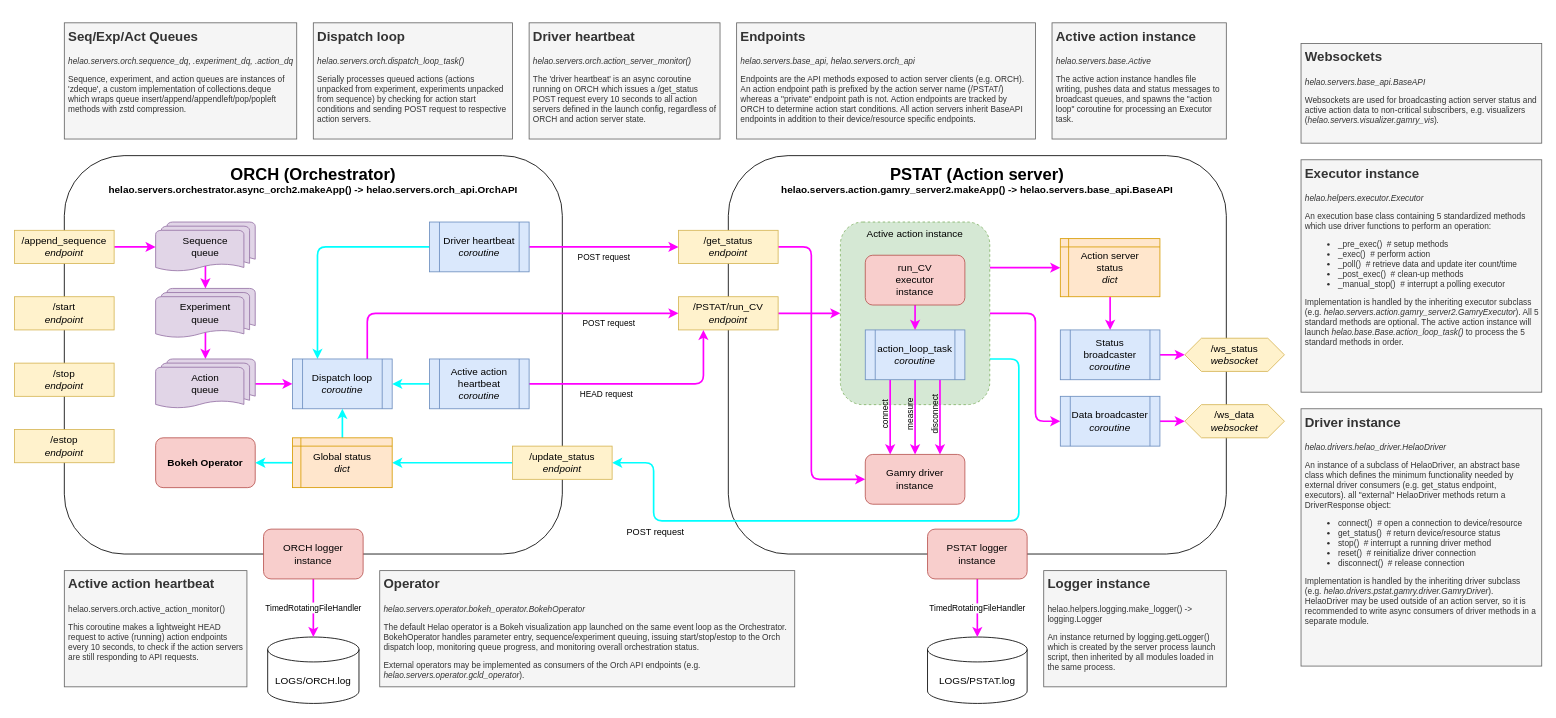
This is helao/drivers/helao_driver.drawio from High-Throughput-Experimentation/helao-async, a draw.io file, before an edit. Source tidied: cells renumbered, new cells numbered last; positions are measured from the earlier drawing's top-left corner, leaving out a move shared by most shapes. Both pictures are drawn from the tidied source at 83%, with x=0, y=0 at pixel (14, 22).
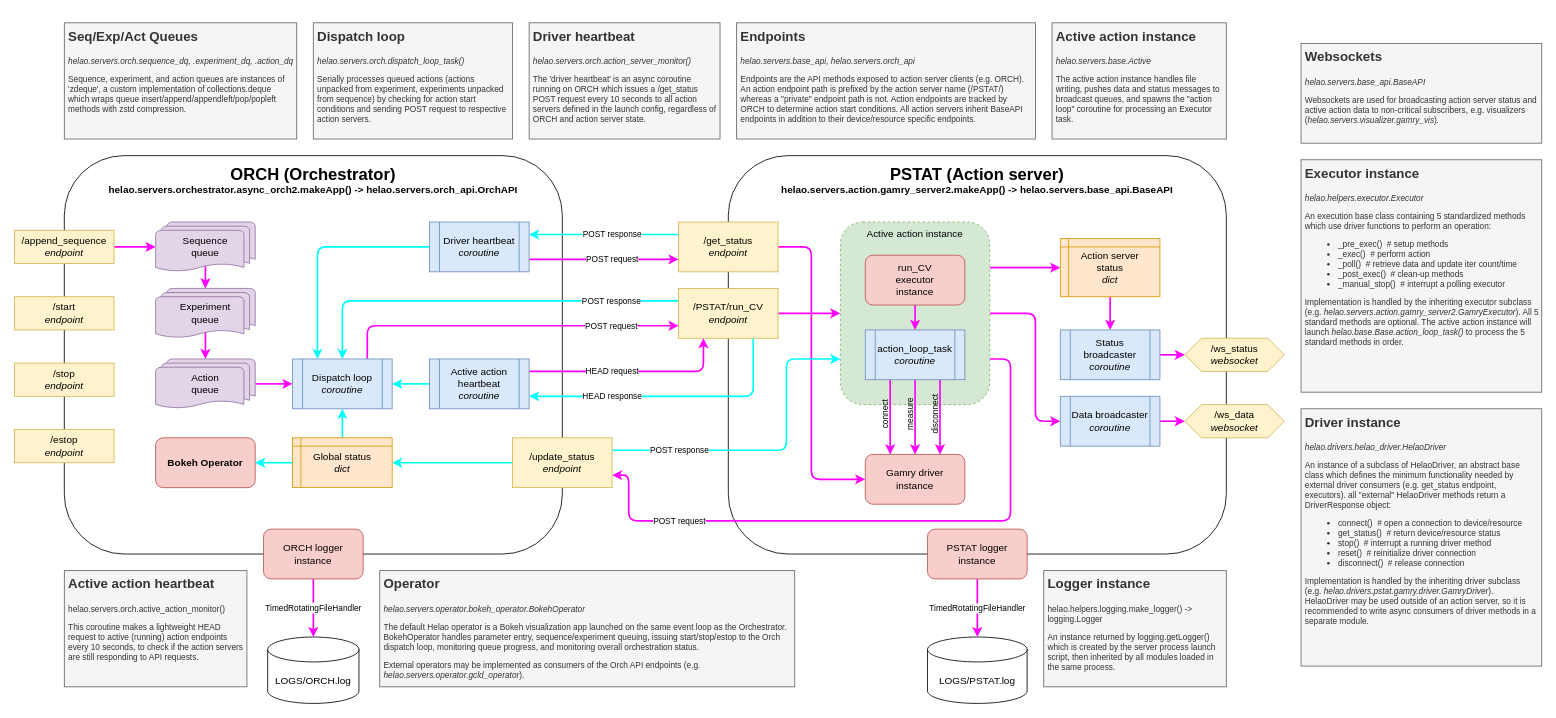
Above is the later version.

Commit message (it also covers changes not shown here):
fix: add corresponding response arrows

Unchanged cells that the change refers to:
```xml
<mxCell id="8" value="Driver heartbeat&lt;br&gt;&lt;i&gt;coroutine&lt;/i&gt;" style="shape=process;whiteSpace=wrap;html=1;backgroundOutline=1;fillColor=#dae8fc;strokeColor=#6c8ebf;" parent="1" vertex="1">
  <mxGeometry x="500" y="240" width="120" height="60" as="geometry" />
</mxCell>
<mxCell id="10" value="Dispatch loop&lt;br&gt;&lt;i&gt;coroutine&lt;br&gt;&lt;/i&gt;" style="shape=process;whiteSpace=wrap;html=1;backgroundOutline=1;fillColor=#dae8fc;strokeColor=#6c8ebf;" parent="1" vertex="1">
  <mxGeometry x="335" y="405" width="120" height="60" as="geometry" />
</mxCell>
<mxCell id="17" value="Active action instance" style="rounded=1;whiteSpace=wrap;html=1;strokeWidth=1;verticalAlign=top;fillColor=#d5e8d4;strokeColor=#82b366;dashed=1;" parent="1" vertex="1">
  <mxGeometry x="995" y="240" width="180" height="220" as="geometry" />
</mxCell>
<mxCell id="28" value="Active action heartbeat&lt;br&gt;&lt;i&gt;coroutine&lt;/i&gt;" style="shape=process;whiteSpace=wrap;html=1;backgroundOutline=1;fillColor=#dae8fc;strokeColor=#6c8ebf;" parent="1" vertex="1">
  <mxGeometry x="500" y="405" width="120" height="60" as="geometry" />
</mxCell>
```

The edit, as a diff of the source:
```diff
@@
-    <mxCell id="6" value="POST request" style="edgeStyle=none;html=1;exitX=1;exitY=0.5;exitDx=0;exitDy=0;entryX=0;entryY=0.5;entryDx=0;entryDy=0;labelBackgroundColor=none;fontSize=10;verticalAlign=top;strokeColor=#FF00FF;strokeWidth=2;" parent="1" edge="1" source="8" target="25">
-      <mxGeometry relative="1" as="geometry" />
+    <mxCell id="6" value="POST request" style="edgeStyle=none;html=1;exitX=1;exitY=0.75;exitDx=0;exitDy=0;entryX=0;entryY=0.75;entryDx=0;entryDy=0;labelBackgroundColor=default;fontSize=10;verticalAlign=middle;strokeColor=#FF00FF;strokeWidth=2;" parent="1" edge="1" source="8" target="25">
+      <mxGeometry x="0.11" relative="1" as="geometry" />
     </mxCell>
@@
-    <mxCell id="9" value="POST request" style="edgeStyle=none;html=1;exitX=0.75;exitY=0;exitDx=0;exitDy=0;entryX=0;entryY=0.5;entryDx=0;entryDy=0;labelBackgroundColor=none;fontSize=10;verticalAlign=top;strokeColor=#FF00FF;strokeWidth=2;" parent="1" edge="1" source="10" target="23">
+    <mxCell id="9" value="POST request" style="edgeStyle=none;html=1;exitX=0.75;exitY=0;exitDx=0;exitDy=0;entryX=0;entryY=0.75;entryDx=0;entryDy=0;labelBackgroundColor=default;fontSize=10;verticalAlign=middle;strokeColor=#FF00FF;strokeWidth=2;" parent="1" edge="1" source="10" target="23">
       <mxGeometry x="0.61" relative="1" as="geometry">
         <Array as="points">
-          <mxPoint x="425" y="350" />
+          <mxPoint x="425" y="365" />
         </Array>
       </mxGeometry>
     </mxCell>
@@
-    <mxCell id="14" value="POST request" style="edgeStyle=none;html=1;exitX=1;exitY=0.75;exitDx=0;exitDy=0;entryX=1;entryY=0.5;entryDx=0;entryDy=0;verticalAlign=top;strokeColor=#00FFFF;strokeWidth=2;" parent="1" edge="1" source="17" target="47">
-      <mxGeometry x="0.69" relative="1" as="geometry">
+    <mxCell id="14" value="POST request" style="edgeStyle=none;html=1;exitX=1;exitY=0.75;exitDx=0;exitDy=0;entryX=1;entryY=0.75;entryDx=0;entryDy=0;verticalAlign=middle;strokeColor=#FF00FF;strokeWidth=2;fontSize=10;" parent="1" edge="1" source="17" target="47">
+      <mxGeometry x="0.64" relative="1" as="geometry">
         <Array as="points">
-          <mxPoint x="1210" y="405" />
-          <mxPoint x="1210" y="600" />
-          <mxPoint x="770" y="600" />
-          <mxPoint x="770" y="530" />
+          <mxPoint x="1200" y="405" />
+          <mxPoint x="1200" y="600" />
+          <mxPoint x="740" y="600" />
+          <mxPoint x="740" y="545" />
         </Array>
       </mxGeometry>
     </mxCell>
@@
+    <mxCell id="71" value="&lt;font style=&quot;font-size: 10px;&quot;&gt;HEAD response&lt;/font&gt; " style="edgeStyle=none;html=1;exitX=0.75;exitY=1;exitDx=0;exitDy=0;entryX=1;entryY=0.75;entryDx=0;entryDy=0;strokeColor=#00FFFF;strokeWidth=2;fontSize=12;verticalAlign=middle;" parent="1" edge="1" source="23" target="28">
+      <mxGeometry x="0.41" relative="1" as="geometry">
+        <Array as="points">
+          <mxPoint x="890" y="450" />
+        </Array>
+      </mxGeometry>
+    </mxCell>
+    <mxCell id="72" value="POST response" style="edgeStyle=none;html=1;exitX=0;exitY=0.25;exitDx=0;exitDy=0;entryX=0.5;entryY=0;entryDx=0;entryDy=0;strokeColor=#00FFFF;strokeWidth=2;fontSize=10;verticalAlign=middle;labelBackgroundColor=default;" parent="1" edge="1" source="23" target="10">
+      <mxGeometry x="-0.66" relative="1" as="geometry">
+        <Array as="points">
+          <mxPoint x="395" y="335" />
+        </Array>
+      </mxGeometry>
+    </mxCell>
     <mxCell id="23" value="/PSTAT/run_CV&lt;br&gt;&lt;i&gt;endpoint&lt;/i&gt;" style="rounded=0;whiteSpace=wrap;html=1;strokeWidth=1;fillColor=#fff2cc;strokeColor=#d6b656;" parent="1" vertex="1">
-      <mxGeometry x="800" y="330" width="120" height="40" as="geometry" />
+      <mxGeometry x="800" y="320" width="120" height="60" as="geometry" />
     </mxCell>
@@
+    <mxCell id="73" value="POST response " style="edgeStyle=none;html=1;exitX=0;exitY=0.25;exitDx=0;exitDy=0;entryX=1;entryY=0.25;entryDx=0;entryDy=0;strokeColor=#00FFFF;strokeWidth=2;fontSize=10;verticalAlign=middle;" parent="1" edge="1" source="25" target="8">
+      <mxGeometry x="-0.11" relative="1" as="geometry" />
+    </mxCell>
     <mxCell id="25" value="/get_status&lt;br&gt;&lt;i&gt;endpoint&lt;/i&gt;" style="rounded=0;whiteSpace=wrap;html=1;strokeWidth=1;fillColor=#fff2cc;strokeColor=#d6b656;" parent="1" vertex="1">
-      <mxGeometry x="800" y="250" width="120" height="40" as="geometry" />
+      <mxGeometry x="800" y="240" width="120" height="60" as="geometry" />
     </mxCell>
-    <mxCell id="26" value="HEAD request" style="edgeStyle=none;html=1;exitX=1;exitY=0.5;exitDx=0;exitDy=0;entryX=0.25;entryY=1;entryDx=0;entryDy=0;labelBackgroundColor=none;fontSize=10;verticalAlign=top;strokeColor=#FF00FF;strokeWidth=2;" parent="1" edge="1" source="28" target="23">
-      <mxGeometry x="-0.32" relative="1" as="geometry">
+    <mxCell id="26" value="HEAD request" style="edgeStyle=none;html=1;exitX=1;exitY=0.25;exitDx=0;exitDy=0;entryX=0.25;entryY=1;entryDx=0;entryDy=0;labelBackgroundColor=default;fontSize=10;verticalAlign=middle;strokeColor=#FF00FF;strokeWidth=2;" parent="1" edge="1" source="28" target="23">
+      <mxGeometry x="-0.2" relative="1" as="geometry">
         <Array as="points">
-          <mxPoint x="830" y="435" />
+          <mxPoint x="830" y="420" />
         </Array>
       </mxGeometry>
     </mxCell>
@@
+    <mxCell id="74" value="POST response" style="edgeStyle=none;html=1;exitX=1;exitY=0.25;exitDx=0;exitDy=0;entryX=0;entryY=0.75;entryDx=0;entryDy=0;labelBackgroundColor=default;strokeColor=#00FFFF;strokeWidth=2;fontSize=10;" parent="1" edge="1" source="47" target="17">
+      <mxGeometry x="-0.58" relative="1" as="geometry">
+        <Array as="points">
+          <mxPoint x="930" y="515" />
+          <mxPoint x="930" y="405" />
+        </Array>
+      </mxGeometry>
+    </mxCell>
     <mxCell id="47" value="/update_status&lt;br&gt;&lt;i&gt;endpoint&lt;/i&gt;" style="rounded=0;whiteSpace=wrap;html=1;strokeWidth=1;fillColor=#fff2cc;strokeColor=#d6b656;" parent="1" vertex="1">
-      <mxGeometry x="600" y="510" width="120" height="40" as="geometry" />
+      <mxGeometry x="600" y="500" width="120" height="60" as="geometry" />
     </mxCell>
```
